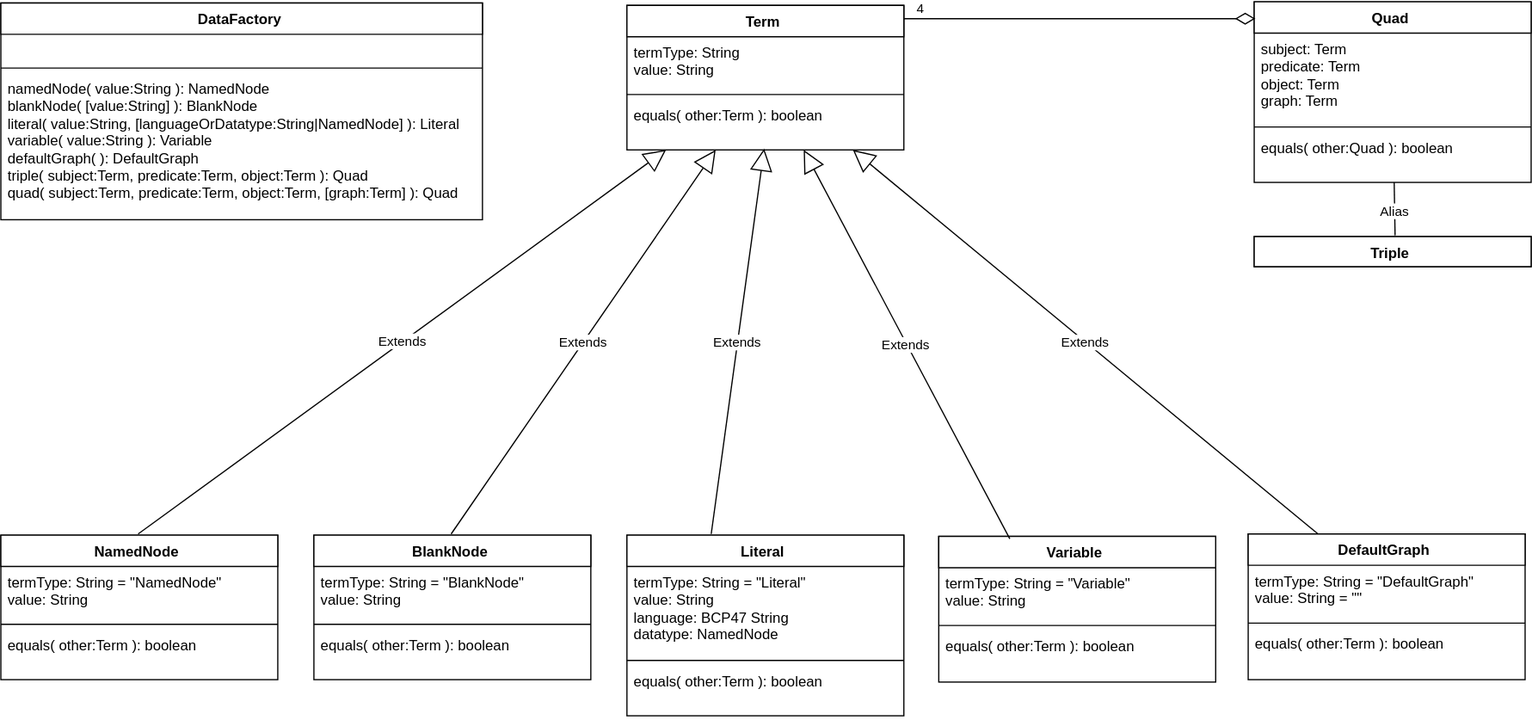
Before: img/data_diagram.svg, a diagram exported from draw.io (rdfjs/data-model-spec). Source tidied: cells renumbered, new cells last; positions are measured from the earlier drawing's top-left corner, leaving out a move shared by most shapes.
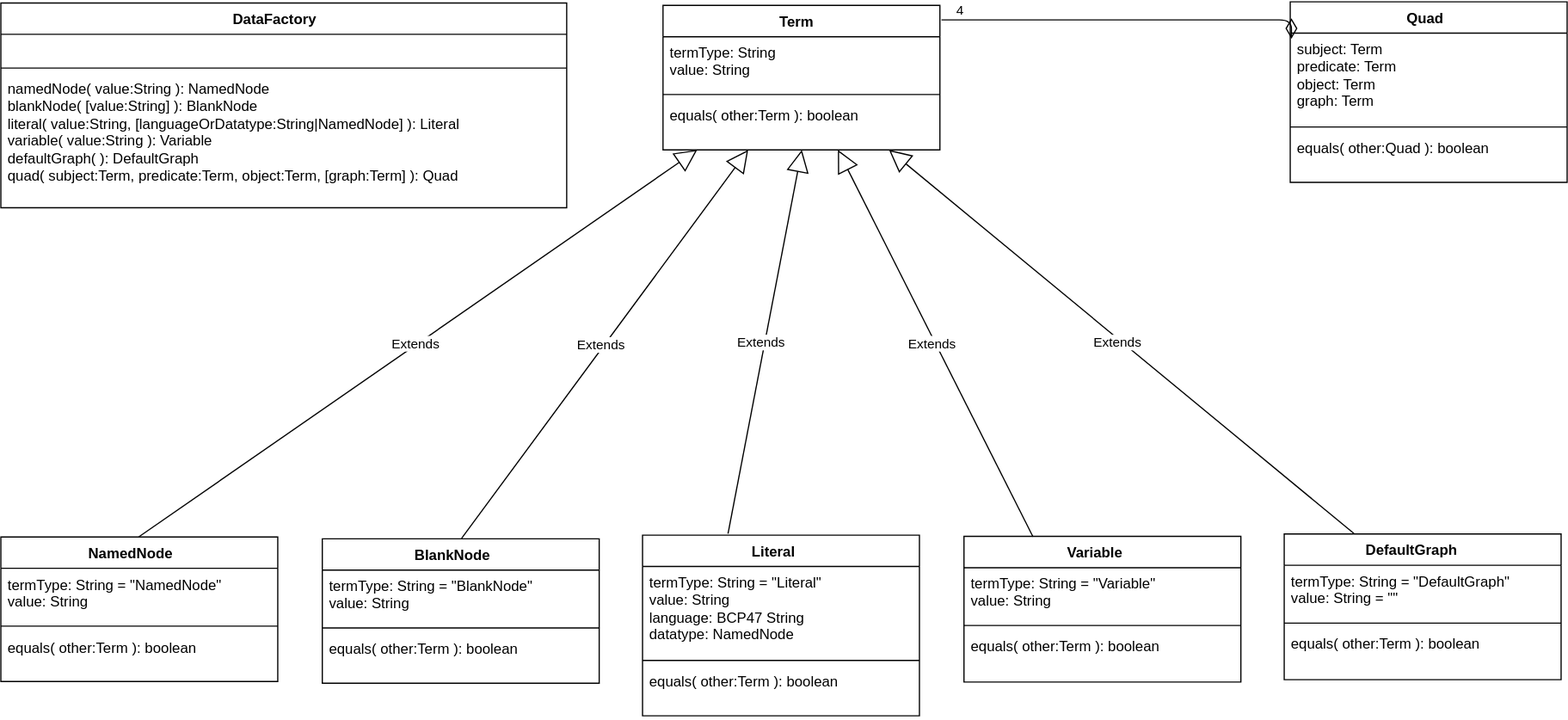
Above is the later version.

Change to the diagram source:
```diff
@@ -15,7 +15,7 @@
       <mxGeometry y="78" width="230" height="42" as="geometry" />
     </mxCell>
     <mxCell id="6" value="NamedNode" style="swimlane;html=1;fontStyle=1;align=center;verticalAlign=top;horizontal=1;startSize=26;swimlaneFillColor=#ffffff;" parent="1" vertex="1">
-      <mxGeometry y="443" width="230" height="120" as="geometry" />
+      <mxGeometry x="-30" y="444.5" width="230" height="120" as="geometry" />
     </mxCell>
     <mxCell id="7" value="termType: String = &quot;NamedNode&quot;&lt;div&gt;value: String&lt;/div&gt;" style="text;html=1;strokeColor=none;fillColor=none;align=left;verticalAlign=top;spacingLeft=4;spacingRight=4;whiteSpace=wrap;overflow=hidden;" parent="6" vertex="1">
       <mxGeometry y="26" width="230" height="44" as="geometry" />
@@ -30,7 +30,7 @@
       <mxGeometry relative="1" as="geometry" />
     </mxCell>
     <mxCell id="11" value="BlankNode" style="swimlane;html=1;fontStyle=1;align=center;verticalAlign=top;horizontal=1;startSize=26;swimlaneFillColor=#ffffff;" parent="1" vertex="1">
-      <mxGeometry x="260" y="443" width="230" height="120" as="geometry" />
+      <mxGeometry x="237" y="446" width="230" height="120" as="geometry" />
     </mxCell>
     <mxCell id="12" value="termType: String = &quot;BlankNode&quot;&lt;div&gt;value: String&lt;/div&gt;" style="text;html=1;strokeColor=none;fillColor=none;align=left;verticalAlign=top;spacingLeft=4;spacingRight=4;whiteSpace=wrap;overflow=hidden;" parent="11" vertex="1">
       <mxGeometry y="26" width="230" height="44" as="geometry" />
@@ -42,7 +42,7 @@
       <mxGeometry y="78" width="230" height="42" as="geometry" />
     </mxCell>
     <mxCell id="15" value="Literal" style="swimlane;html=1;fontStyle=1;align=center;verticalAlign=top;horizontal=1;startSize=26;swimlaneFillColor=#ffffff;" parent="1" vertex="1">
-      <mxGeometry x="520" y="443" width="230" height="150" as="geometry" />
+      <mxGeometry x="503" y="443" width="230" height="150" as="geometry" />
     </mxCell>
     <mxCell id="16" value="termType: String = &quot;Literal&quot;&lt;div&gt;value: String&lt;/div&gt;&lt;div&gt;language: BCP47 String&lt;/div&gt;&lt;div&gt;datatype: NamedNode&lt;/div&gt;" style="text;html=1;strokeColor=none;fillColor=none;align=left;verticalAlign=top;spacingLeft=4;spacingRight=4;whiteSpace=wrap;overflow=hidden;" parent="15" vertex="1">
       <mxGeometry y="26" width="230" height="74" as="geometry" />
@@ -60,7 +60,7 @@
       <mxGeometry x="15.2" y="-1325.2" as="geometry" />
     </mxCell>
     <mxCell id="21" value="Variable" style="swimlane;html=1;fontStyle=1;align=center;verticalAlign=top;horizontal=1;startSize=26;swimlaneFillColor=#ffffff;" parent="1" vertex="1">
-      <mxGeometry x="779" y="444" width="230" height="121" as="geometry" />
+      <mxGeometry x="770" y="444" width="230" height="121" as="geometry" />
     </mxCell>
     <mxCell id="22" value="termType: String = &quot;Variable&quot;&lt;div&gt;value: String&lt;/div&gt;" style="text;html=1;strokeColor=none;fillColor=none;align=left;verticalAlign=top;spacingLeft=4;spacingRight=4;whiteSpace=wrap;overflow=hidden;" parent="21" vertex="1">
       <mxGeometry y="26" width="230" height="44" as="geometry" />
@@ -74,12 +74,6 @@
     <mxCell id="25" value="Extends" style="endArrow=block;endSize=16;endFill=0;html=1;exitX=0.25;exitY=0;" parent="1" edge="1" source="21" target="2">
       <mxGeometry x="25.2" y="-1315.2" as="geometry" />
     </mxCell>
-    <mxCell id="26" value="Triple" style="swimlane;html=1;fontStyle=1;align=center;verticalAlign=top;horizontal=1;startSize=26;swimlaneFillColor=#ffffff;" parent="1" vertex="1">
-      <mxGeometry x="1041" y="195" width="230" height="25" as="geometry" />
-    </mxCell>
-    <mxCell id="27" value="&lt;div&gt;&lt;br&gt;&lt;/div&gt;" style="text;html=1;strokeColor=none;fillColor=none;align=left;verticalAlign=top;spacingLeft=4;spacingRight=4;whiteSpace=wrap;overflow=hidden;" parent="26" vertex="1">
-      <mxGeometry y="25" width="230" as="geometry" />
-    </mxCell>
     <mxCell id="28" value="Quad" style="swimlane;html=1;fontStyle=1;align=center;verticalAlign=top;horizontal=1;startSize=26;swimlaneFillColor=#ffffff;" parent="1" vertex="1">
       <mxGeometry x="1041" width="230" height="150" as="geometry" />
     </mxCell>
@@ -92,9 +86,6 @@
     <mxCell id="31" value="equals(&amp;nbsp;&lt;span&gt;other:&lt;/span&gt;Quad ): boolean&lt;div&gt;&lt;br&gt;&lt;/div&gt;" style="text;html=1;strokeColor=none;fillColor=none;align=left;verticalAlign=top;spacingLeft=4;spacingRight=4;whiteSpace=wrap;overflow=hidden;" parent="28" vertex="1">
       <mxGeometry y="108" width="230" height="42" as="geometry" />
     </mxCell>
-    <mxCell id="32" value="Alias" style="endArrow=none;endSize=16;endFill=0;html=1;entryX=0.5;entryY=0;" parent="1" edge="1" source="28" target="26">
-      <mxGeometry relative="1" as="geometry" />
-    </mxCell>
     <mxCell id="33" value="4" style="endArrow=none;html=1;endSize=12;startArrow=diamondThin;startSize=14;startFill=0;edgeStyle=orthogonalEdgeStyle;align=left;verticalAlign=bottom;endFill=0;entryX=1.004;entryY=0.098;entryPerimeter=0;" parent="1" edge="1" target="2">
       <mxGeometry x="0.93" relative="1" as="geometry">
         <mxPoint x="1042" y="14" as="sourcePoint" />
@@ -121,16 +112,16 @@
       <mxGeometry x="35.2" y="-1305.2" as="geometry" />
     </mxCell>
     <mxCell id="39" value="DataFactory" style="swimlane;html=1;fontStyle=1;align=center;verticalAlign=top;horizontal=1;startSize=26;swimlaneFillColor=#ffffff;" parent="1" vertex="1">
-      <mxGeometry y="1" width="400" height="180" as="geometry" />
+      <mxGeometry x="-30" y="1" width="470" height="170" as="geometry" />
     </mxCell>
     <mxCell id="40" value="&amp;nbsp;&lt;div&gt;&lt;br&gt;&lt;/div&gt;" style="text;html=1;strokeColor=none;fillColor=none;align=left;verticalAlign=top;spacingLeft=4;spacingRight=4;whiteSpace=wrap;overflow=hidden;" parent="39" vertex="1">
-      <mxGeometry y="26" width="400" height="24" as="geometry" />
+      <mxGeometry y="26" width="470" height="24" as="geometry" />
     </mxCell>
     <mxCell id="41" style="line;html=1;strokeWidth=1;fillColor=none;align=left;verticalAlign=middle;spacingTop=-1;spacingLeft=3;spacingRight=3;labelPosition=right;" parent="39" vertex="1">
-      <mxGeometry y="50" width="400" height="8" as="geometry" />
+      <mxGeometry y="50" width="470" height="8" as="geometry" />
     </mxCell>
-    <mxCell id="42" value="namedNode( value:String ): NamedNode&lt;div&gt;&lt;span&gt;blankNode( [value:String] ): BlankNode&lt;/span&gt;&lt;br&gt;&lt;/div&gt;&lt;div&gt;&lt;span&gt;literal( value:String, [languageOrDatatype:String|NamedNode] ): Literal&lt;/span&gt;&lt;span&gt;&lt;br&gt;&lt;/span&gt;&lt;/div&gt;&lt;div&gt;&lt;span&gt;variable( value:String ): Variable&lt;/span&gt;&lt;span&gt;&lt;br&gt;&lt;/span&gt;&lt;/div&gt;&lt;div&gt;&lt;span&gt;defaultGraph( ): DefaultGraph&lt;/span&gt;&lt;span&gt;&lt;br&gt;&lt;/span&gt;&lt;/div&gt;&lt;div&gt;&lt;span&gt;triple( subject:Term, predicate&lt;/span&gt;&lt;span&gt;:&lt;/span&gt;&lt;span&gt;Term, o&lt;/span&gt;&lt;span&gt;bject:&lt;/span&gt;&lt;span&gt;Term ): Quad&lt;/span&gt;&lt;/div&gt;&lt;div&gt;&lt;span&gt;quad(&amp;nbsp;&lt;/span&gt;&lt;span&gt;subject:&lt;/span&gt;&lt;span&gt;Term, predicate&lt;/span&gt;&lt;span&gt;:&lt;/span&gt;&lt;span&gt;Term, o&lt;/span&gt;&lt;span&gt;bject:&lt;/span&gt;&lt;span&gt;Term, [&lt;/span&gt;&lt;span&gt;graph:&lt;/span&gt;&lt;span&gt;Term] ): Quad&lt;/span&gt;&lt;/div&gt;" style="text;html=1;strokeColor=none;fillColor=none;align=left;verticalAlign=top;spacingLeft=4;spacingRight=4;whiteSpace=wrap;overflow=hidden;" parent="39" vertex="1">
-      <mxGeometry y="58" width="400" height="122" as="geometry" />
+    <mxCell id="42" value="namedNode( value:String ): NamedNode&lt;div&gt;&lt;span&gt;blankNode( [value:String] ): BlankNode&lt;/span&gt;&lt;br&gt;&lt;/div&gt;&lt;div&gt;&lt;span&gt;literal( value:String, [languageOrDatatype:String|NamedNode] ): Literal&lt;/span&gt;&lt;span&gt;&lt;br&gt;&lt;/span&gt;&lt;/div&gt;&lt;div&gt;&lt;span&gt;variable( value:String ): Variable&lt;/span&gt;&lt;span&gt;&lt;br&gt;&lt;/span&gt;&lt;/div&gt;&lt;div&gt;&lt;span&gt;defaultGraph( ): DefaultGraph&lt;/span&gt;&lt;span&gt;&lt;br&gt;&lt;/span&gt;&lt;/div&gt;&lt;div&gt;&lt;span&gt;quad(&amp;nbsp;&lt;/span&gt;&lt;span&gt;subject:&lt;/span&gt;&lt;span&gt;Term, predicate&lt;/span&gt;&lt;span&gt;:&lt;/span&gt;&lt;span&gt;Term, o&lt;/span&gt;&lt;span&gt;bject:&lt;/span&gt;&lt;span&gt;Term, [&lt;/span&gt;&lt;span&gt;graph:&lt;/span&gt;&lt;span&gt;Term] ): Quad&lt;/span&gt;&lt;/div&gt;" style="text;html=1;strokeColor=none;fillColor=none;align=left;verticalAlign=top;spacingLeft=4;spacingRight=4;whiteSpace=wrap;overflow=hidden;" parent="39" vertex="1">
+      <mxGeometry y="58" width="470" height="112" as="geometry" />
     </mxCell>
   </root>
 </mxGraphModel>
```
